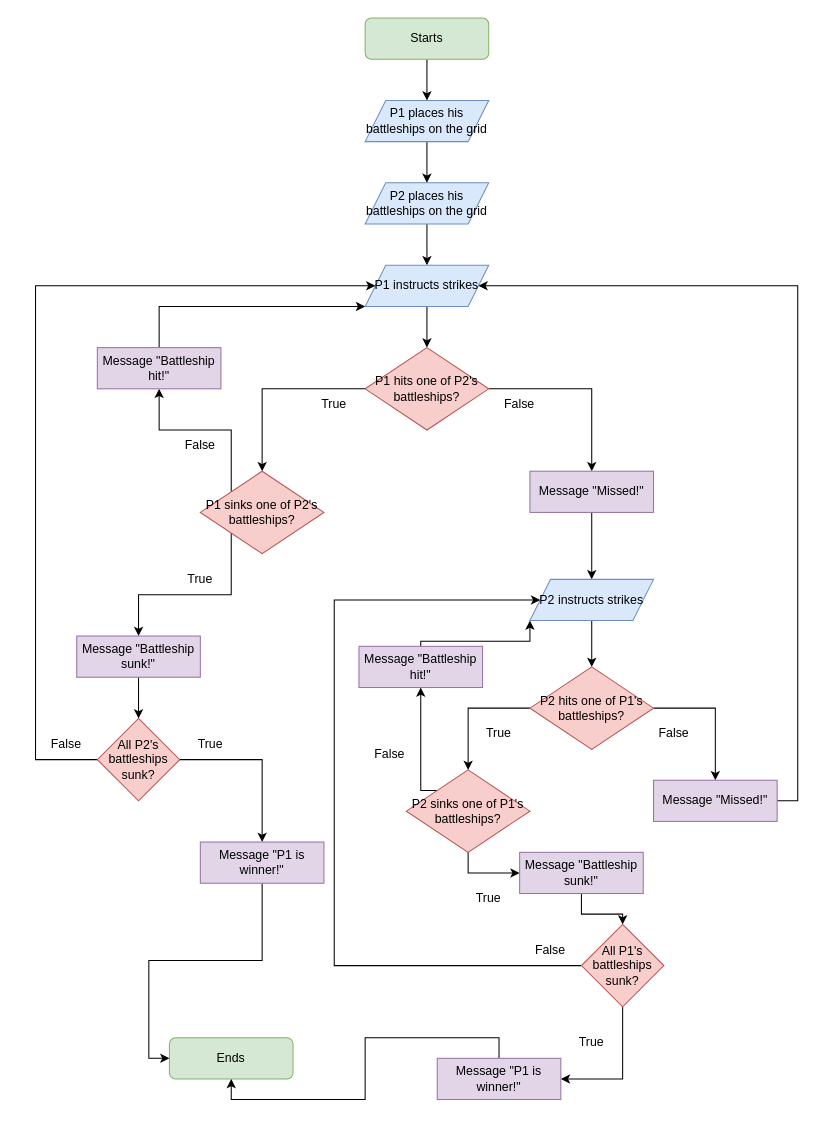
tinghaoK7727/Battleships_game keeps this draw.io diagram as Flowchart_battleships_game.drawio. Above is the earlier version. Source tidied: cells renumbered, new cells numbered last; positions are measured from the earlier drawing's top-left corner, leaving out a move shared by most shapes. Both pictures are drawn from the tidied source at 103%, with x=0, y=0 at pixel (35, 18).
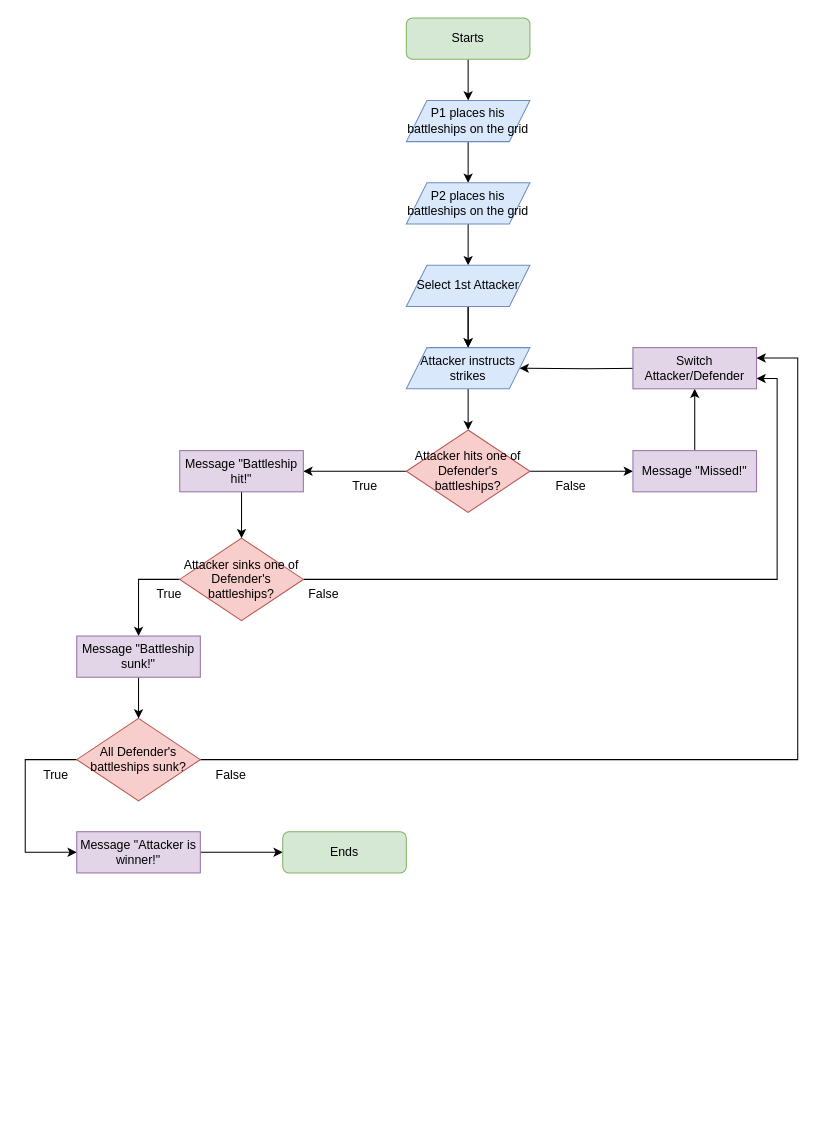
After the change.

The change refers to these unchanged cells:
```xml
<mxCell id="19" value="Message &quot;Battleship sunk!&quot;" style="rounded=0;whiteSpace=wrap;html=1;fillColor=#e1d5e7;strokeColor=#9673a6;" parent="1" vertex="1">
  <mxGeometry x="40" y="600" width="120" height="40" as="geometry" />
</mxCell>
```

What changed in the source:
```diff
@@
     <mxCell id="3" value="Starts" style="rounded=1;whiteSpace=wrap;html=1;fillColor=#d5e8d4;strokeColor=#82b366;" parent="1" vertex="1">
-      <mxGeometry x="320" width="120" height="40" as="geometry" />
+      <mxGeometry x="360" width="120" height="40" as="geometry" />
     </mxCell>
@@
     <mxCell id="5" value="P1 places his battleships on the grid" style="shape=parallelogram;perimeter=parallelogramPerimeter;whiteSpace=wrap;html=1;fixedSize=1;fillColor=#dae8fc;strokeColor=#6c8ebf;" parent="1" vertex="1">
-      <mxGeometry x="320" y="80" width="120" height="40" as="geometry" />
+      <mxGeometry x="360" y="80" width="120" height="40" as="geometry" />
     </mxCell>
-    <mxCell id="6" style="edgeStyle=orthogonalEdgeStyle;rounded=0;jettySize=auto;html=1;exitX=0.5;exitY=1;exitDx=0;exitDy=0;entryX=0.5;entryY=0;entryDx=0;entryDy=0;" parent="1" edge="1" source="7" target="9">
+    <mxCell id="6" style="edgeStyle=orthogonalEdgeStyle;rounded=0;jettySize=auto;html=1;entryX=0.5;entryY=0;entryDx=0;entryDy=0;startArrow=none;" parent="1" edge="1" source="62" target="9">
       <mxGeometry relative="1" as="geometry" />
     </mxCell>
+    <mxCell id="59" style="edgeStyle=orthogonalEdgeStyle;rounded=0;jettySize=auto;html=1;" parent="1" edge="1" source="7" target="62">
+      <mxGeometry relative="1" as="geometry" />
+    </mxCell>
     <mxCell id="7" value="P2 places his battleships on the grid" style="shape=parallelogram;perimeter=parallelogramPerimeter;whiteSpace=wrap;html=1;fixedSize=1;fillColor=#dae8fc;strokeColor=#6c8ebf;" parent="1" vertex="1">
-      <mxGeometry x="320" y="160" width="120" height="40" as="geometry" />
+      <mxGeometry x="360" y="160" width="120" height="40" as="geometry" />
     </mxCell>
-    <mxCell id="8" style="edgeStyle=orthogonalEdgeStyle;rounded=0;jettySize=auto;html=1;exitX=0.5;exitY=1;exitDx=0;exitDy=0;entryX=0.5;entryY=0;entryDx=0;entryDy=0;" parent="1" edge="1" source="9" target="12">
-      <mxGeometry relative="1" as="geometry" />
-    </mxCell>
+    <mxCell id="60" style="edgeStyle=orthogonalEdgeStyle;rounded=0;jettySize=auto;html=1;entryX=0.5;entryY=0;entryDx=0;entryDy=0;" parent="1" edge="1" source="9" target="65">
+      <mxGeometry relative="1" as="geometry" />
+    </mxCell>
-    <mxCell id="9" value="P1 instructs strikes" style="shape=parallelogram;perimeter=parallelogramPerimeter;whiteSpace=wrap;html=1;fixedSize=1;fillColor=#dae8fc;strokeColor=#6c8ebf;" parent="1" vertex="1">
-      <mxGeometry x="320" y="240" width="120" height="40" as="geometry" />
+    <mxCell id="9" value="Attacker instructs strikes" style="shape=parallelogram;perimeter=parallelogramPerimeter;whiteSpace=wrap;html=1;fixedSize=1;fillColor=#dae8fc;strokeColor=#6c8ebf;" parent="1" vertex="1">
+      <mxGeometry x="360" y="320" width="120" height="40" as="geometry" />
     </mxCell>
-    <mxCell id="10" style="edgeStyle=orthogonalEdgeStyle;rounded=0;jettySize=auto;html=1;exitX=0;exitY=0.5;exitDx=0;exitDy=0;" parent="1" edge="1" source="12" target="15">
-      <mxGeometry relative="1" as="geometry" />
-    </mxCell>
-    <mxCell id="11" style="edgeStyle=orthogonalEdgeStyle;rounded=0;jettySize=auto;html=1;exitX=1;exitY=0.5;exitDx=0;exitDy=0;entryX=0.5;entryY=0;entryDx=0;entryDy=0;" parent="1" edge="1" source="12" target="32">
-      <mxGeometry relative="1" as="geometry" />
-    </mxCell>
-    <mxCell id="12" value="P1 hits one of P2's battleships?" style="rhombus;whiteSpace=wrap;html=1;fillColor=#f8cecc;strokeColor=#b85450;" parent="1" vertex="1">
-      <mxGeometry x="320" y="320" width="120" height="80" as="geometry" />
-    </mxCell>
-    <mxCell id="13" style="edgeStyle=orthogonalEdgeStyle;rounded=0;jettySize=auto;html=1;exitX=0;exitY=1;exitDx=0;exitDy=0;entryX=0.5;entryY=0;entryDx=0;entryDy=0;" parent="1" edge="1" source="15" target="19">
-      <mxGeometry relative="1" as="geometry" />
-    </mxCell>
-    <mxCell id="14" style="edgeStyle=orthogonalEdgeStyle;rounded=0;jettySize=auto;html=1;exitX=0;exitY=0;exitDx=0;exitDy=0;entryX=0.5;entryY=1;entryDx=0;entryDy=0;" parent="1" edge="1" source="15" target="17">
-      <mxGeometry relative="1" as="geometry" />
-    </mxCell>
-    <mxCell id="15" value="P1 sinks one of P2's battleships?" style="rhombus;whiteSpace=wrap;html=1;fillColor=#f8cecc;strokeColor=#b85450;" parent="1" vertex="1">
-      <mxGeometry x="160" y="440" width="120" height="80" as="geometry" />
-    </mxCell>
-    <mxCell id="16" style="edgeStyle=orthogonalEdgeStyle;rounded=0;jettySize=auto;html=1;exitX=0.5;exitY=0;exitDx=0;exitDy=0;entryX=0;entryY=1;entryDx=0;entryDy=0;" parent="1" edge="1" source="17" target="9">
-      <mxGeometry relative="1" as="geometry">
-        <Array as="points">
-          <mxPoint x="120" y="280" />
-        </Array>
-      </mxGeometry>
-    </mxCell>
-    <mxCell id="17" value="Message &quot;Battleship hit!&quot;" style="rounded=0;whiteSpace=wrap;html=1;fillColor=#e1d5e7;strokeColor=#9673a6;" parent="1" vertex="1">
-      <mxGeometry x="60" y="320" width="120" height="40" as="geometry" />
-    </mxCell>
-    <mxCell id="18" style="edgeStyle=orthogonalEdgeStyle;rounded=0;jettySize=auto;html=1;exitX=0.5;exitY=1;exitDx=0;exitDy=0;entryX=0.5;entryY=0;entryDx=0;entryDy=0;" parent="1" edge="1" source="19" target="24">
-      <mxGeometry relative="1" as="geometry" />
-    </mxCell>
+    <mxCell id="61" style="edgeStyle=orthogonalEdgeStyle;rounded=0;jettySize=auto;html=1;" parent="1" edge="1" source="62" target="9">
+      <mxGeometry relative="1" as="geometry" />
+    </mxCell>
+    <mxCell id="62" value="Select 1st Attacker" style="shape=parallelogram;perimeter=parallelogramPerimeter;whiteSpace=wrap;html=1;fixedSize=1;fillColor=#dae8fc;strokeColor=#6c8ebf;" parent="1" vertex="1">
+      <mxGeometry x="360" y="240" width="120" height="40" as="geometry" />
+    </mxCell>
+    <mxCell id="63" style="edgeStyle=orthogonalEdgeStyle;rounded=0;jettySize=auto;html=1;exitX=0;exitY=0.5;exitDx=0;exitDy=0;entryX=1;entryY=0.5;entryDx=0;entryDy=0;" parent="1" edge="1" source="65" target="70">
+      <mxGeometry relative="1" as="geometry" />
+    </mxCell>
+    <mxCell id="64" style="edgeStyle=orthogonalEdgeStyle;rounded=0;jettySize=auto;html=1;exitX=1;exitY=0.5;exitDx=0;exitDy=0;entryX=0;entryY=0.5;entryDx=0;entryDy=0;" parent="1" edge="1" source="65" target="79">
+      <mxGeometry relative="1" as="geometry" />
+    </mxCell>
+    <mxCell id="65" value="Attacker hits one of Defender's battleships?" style="rhombus;whiteSpace=wrap;html=1;fillColor=#f8cecc;strokeColor=#b85450;" parent="1" vertex="1">
+      <mxGeometry x="360" y="400" width="120" height="80" as="geometry" />
+    </mxCell>
+    <mxCell id="66" style="edgeStyle=orthogonalEdgeStyle;rounded=0;jettySize=auto;html=1;entryX=0.5;entryY=0;entryDx=0;entryDy=0;" parent="1" edge="1" source="68">
+      <mxGeometry relative="1" as="geometry">
+        <mxPoint x="100" y="600" as="targetPoint" />
+        <Array as="points">
+          <mxPoint x="100" y="545" />
+        </Array>
+      </mxGeometry>
+    </mxCell>
+    <mxCell id="67" style="edgeStyle=orthogonalEdgeStyle;rounded=0;jettySize=auto;html=1;entryX=1;entryY=0.75;entryDx=0;entryDy=0;startArrow=none;exitX=1;exitY=0.5;exitDx=0;exitDy=0;" parent="1" edge="1" source="68" target="84">
+      <mxGeometry relative="1" as="geometry" />
+    </mxCell>
+    <mxCell id="68" value="Attacker sinks one of Defender's battleships?" style="rhombus;whiteSpace=wrap;html=1;fillColor=#f8cecc;strokeColor=#b85450;" parent="1" vertex="1">
+      <mxGeometry x="140" y="505" width="120" height="80" as="geometry" />
+    </mxCell>
+    <mxCell id="69" style="edgeStyle=orthogonalEdgeStyle;rounded=0;jettySize=auto;html=1;entryX=0.5;entryY=0;entryDx=0;entryDy=0;" parent="1" edge="1" source="70" target="68">
+      <mxGeometry relative="1" as="geometry" />
+    </mxCell>
+    <mxCell id="70" value="Message &quot;Battleship hit!&quot;" style="rounded=0;whiteSpace=wrap;html=1;fillColor=#e1d5e7;strokeColor=#9673a6;" parent="1" vertex="1">
+      <mxGeometry x="140" y="420" width="120" height="40" as="geometry" />
+    </mxCell>
+    <mxCell id="71" style="edgeStyle=orthogonalEdgeStyle;rounded=0;jettySize=auto;html=1;exitX=0.5;exitY=1;exitDx=0;exitDy=0;entryX=0.5;entryY=0;entryDx=0;entryDy=0;" parent="1" edge="1" source="19" target="75">
+      <mxGeometry relative="1" as="geometry" />
+    </mxCell>
@@
-    <mxCell id="20" value="True" style="text;html=1;strokeColor=none;fillColor=none;align=center;verticalAlign=middle;whiteSpace=wrap;rounded=0;" parent="1" vertex="1">
-      <mxGeometry x="260" y="360" width="60" height="30" as="geometry" />
-    </mxCell>
-    <mxCell id="21" value="True" style="text;html=1;strokeColor=none;fillColor=none;align=center;verticalAlign=middle;whiteSpace=wrap;rounded=0;" parent="1" vertex="1">
-      <mxGeometry x="130" y="530" width="60" height="30" as="geometry" />
-    </mxCell>
-    <mxCell id="22" style="edgeStyle=orthogonalEdgeStyle;rounded=0;jettySize=auto;html=1;entryX=0.5;entryY=0;entryDx=0;entryDy=0;" parent="1" edge="1" source="24" target="26">
-      <mxGeometry relative="1" as="geometry" />
-    </mxCell>
-    <mxCell id="23" style="edgeStyle=orthogonalEdgeStyle;rounded=0;jettySize=auto;html=1;exitX=0;exitY=0.5;exitDx=0;exitDy=0;entryX=0;entryY=0.5;entryDx=0;entryDy=0;" parent="1" edge="1" source="24" target="9">
-      <mxGeometry relative="1" as="geometry">
-        <Array as="points">
-          <mxPoint y="720" />
-          <mxPoint y="260" />
-        </Array>
-      </mxGeometry>
-    </mxCell>
-    <mxCell id="24" value="All P2's battleships sunk?" style="rhombus;whiteSpace=wrap;html=1;fillColor=#f8cecc;strokeColor=#b85450;" parent="1" vertex="1">
-      <mxGeometry x="60" y="680" width="80" height="80" as="geometry" />
-    </mxCell>
-    <mxCell id="25" style="edgeStyle=orthogonalEdgeStyle;rounded=0;jettySize=auto;html=1;exitX=0.5;exitY=1;exitDx=0;exitDy=0;entryX=0;entryY=0.5;entryDx=0;entryDy=0;" parent="1" edge="1" source="26" target="27">
-      <mxGeometry relative="1" as="geometry" />
-    </mxCell>
-    <mxCell id="26" value="Message &quot;P1 is winner!&quot;" style="rounded=0;whiteSpace=wrap;html=1;fillColor=#e1d5e7;strokeColor=#9673a6;" parent="1" vertex="1">
-      <mxGeometry x="160" y="800" width="120" height="40" as="geometry" />
-    </mxCell>
+    <mxCell id="72" value="True" style="text;html=1;strokeColor=none;fillColor=none;align=center;verticalAlign=middle;whiteSpace=wrap;rounded=0;" parent="1" vertex="1">
+      <mxGeometry x="290" y="440" width="60" height="30" as="geometry" />
+    </mxCell>
+    <mxCell id="73" style="edgeStyle=orthogonalEdgeStyle;rounded=0;jettySize=auto;html=1;exitX=0;exitY=0.5;exitDx=0;exitDy=0;entryX=0;entryY=0.5;entryDx=0;entryDy=0;" parent="1" edge="1" source="75" target="77">
+      <mxGeometry relative="1" as="geometry">
+        <Array as="points">
+          <mxPoint x="-10" y="720" />
+          <mxPoint x="-10" y="810" />
+        </Array>
+      </mxGeometry>
+    </mxCell>
+    <mxCell id="74" style="edgeStyle=orthogonalEdgeStyle;rounded=0;jettySize=auto;html=1;entryX=1;entryY=0.25;entryDx=0;entryDy=0;" parent="1" edge="1" source="75" target="84">
+      <mxGeometry relative="1" as="geometry">
+        <Array as="points">
+          <mxPoint x="740" y="720" />
+          <mxPoint x="740" y="330" />
+        </Array>
+      </mxGeometry>
+    </mxCell>
+    <mxCell id="75" value="All Defender's battleships sunk?" style="rhombus;whiteSpace=wrap;html=1;fillColor=#f8cecc;strokeColor=#b85450;" parent="1" vertex="1">
+      <mxGeometry x="40" y="680" width="120" height="80" as="geometry" />
+    </mxCell>
+    <mxCell id="76" style="edgeStyle=orthogonalEdgeStyle;rounded=0;jettySize=auto;html=1;" parent="1" edge="1" source="77" target="27">
+      <mxGeometry relative="1" as="geometry" />
+    </mxCell>
+    <mxCell id="77" value="Message &quot;Attacker is winner!&quot;" style="rounded=0;whiteSpace=wrap;html=1;fillColor=#e1d5e7;strokeColor=#9673a6;" parent="1" vertex="1">
+      <mxGeometry x="40" y="790" width="120" height="40" as="geometry" />
+    </mxCell>
     <mxCell id="27" value="Ends" style="rounded=1;whiteSpace=wrap;html=1;fillColor=#d5e8d4;strokeColor=#82b366;" parent="1" vertex="1">
-      <mxGeometry x="130" y="990" width="120" height="40" as="geometry" />
+      <mxGeometry x="240" y="790" width="120" height="40" as="geometry" />
     </mxCell>
-    <mxCell id="28" value="True" style="text;html=1;strokeColor=none;fillColor=none;align=center;verticalAlign=middle;whiteSpace=wrap;rounded=0;" parent="1" vertex="1">
-      <mxGeometry x="140" y="690" width="60" height="30" as="geometry" />
-    </mxCell>
-    <mxCell id="29" value="False" style="text;html=1;strokeColor=none;fillColor=none;align=center;verticalAlign=middle;whiteSpace=wrap;rounded=0;" parent="1" vertex="1">
-      <mxGeometry y="690" width="60" height="30" as="geometry" />
-    </mxCell>
-    <mxCell id="30" value="False" style="text;html=1;strokeColor=none;fillColor=none;align=center;verticalAlign=middle;whiteSpace=wrap;rounded=0;" parent="1" vertex="1">
-      <mxGeometry x="130" y="400" width="60" height="30" as="geometry" />
-    </mxCell>
-    <mxCell id="31" style="edgeStyle=orthogonalEdgeStyle;rounded=0;jettySize=auto;html=1;exitX=0.5;exitY=1;exitDx=0;exitDy=0;entryX=0.5;entryY=0;entryDx=0;entryDy=0;" parent="1" edge="1" source="32" target="35">
-      <mxGeometry relative="1" as="geometry" />
-    </mxCell>
-    <mxCell id="32" value="Message &quot;Missed!&quot;" style="rounded=0;whiteSpace=wrap;html=1;fillColor=#e1d5e7;strokeColor=#9673a6;" parent="1" vertex="1">
-      <mxGeometry x="480" y="440" width="120" height="40" as="geometry" />
-    </mxCell>
-    <mxCell id="33" value="False" style="text;html=1;strokeColor=none;fillColor=none;align=center;verticalAlign=middle;whiteSpace=wrap;rounded=0;" parent="1" vertex="1">
-      <mxGeometry x="440" y="360" width="60" height="30" as="geometry" />
-    </mxCell>
-    <mxCell id="34" style="edgeStyle=orthogonalEdgeStyle;rounded=0;jettySize=auto;html=1;exitX=0.5;exitY=1;exitDx=0;exitDy=0;entryX=0.5;entryY=0;entryDx=0;entryDy=0;" parent="1" edge="1" source="35" target="38">
-      <mxGeometry relative="1" as="geometry" />
-    </mxCell>
-    <mxCell id="35" value="P2 instructs strikes" style="shape=parallelogram;perimeter=parallelogramPerimeter;whiteSpace=wrap;html=1;fixedSize=1;fillColor=#dae8fc;strokeColor=#6c8ebf;" parent="1" vertex="1">
-      <mxGeometry x="480" y="545" width="120" height="40" as="geometry" />
-    </mxCell>
-    <mxCell id="36" style="edgeStyle=orthogonalEdgeStyle;rounded=0;jettySize=auto;html=1;exitX=0;exitY=0.5;exitDx=0;exitDy=0;entryX=0.5;entryY=0;entryDx=0;entryDy=0;" parent="1" edge="1" source="38" target="41">
-      <mxGeometry relative="1" as="geometry" />
-    </mxCell>
-    <mxCell id="37" style="edgeStyle=orthogonalEdgeStyle;rounded=0;jettySize=auto;html=1;exitX=1;exitY=0.5;exitDx=0;exitDy=0;entryX=0.5;entryY=0;entryDx=0;entryDy=0;" parent="1" edge="1" source="38" target="44">
-      <mxGeometry relative="1" as="geometry" />
-    </mxCell>
-    <mxCell id="38" value="P2 hits one of P1's battleships?" style="rhombus;whiteSpace=wrap;html=1;fillColor=#f8cecc;strokeColor=#b85450;" parent="1" vertex="1">
-      <mxGeometry x="480" y="630" width="120" height="80" as="geometry" />
-    </mxCell>
-    <mxCell id="39" style="edgeStyle=orthogonalEdgeStyle;rounded=0;jettySize=auto;html=1;exitX=0.5;exitY=1;exitDx=0;exitDy=0;entryX=0;entryY=0.5;entryDx=0;entryDy=0;" parent="1" edge="1" source="41" target="47">
-      <mxGeometry relative="1" as="geometry" />
-    </mxCell>
-    <mxCell id="40" style="edgeStyle=orthogonalEdgeStyle;rounded=0;jettySize=auto;html=1;exitX=0;exitY=0;exitDx=0;exitDy=0;entryX=0.5;entryY=1;entryDx=0;entryDy=0;" parent="1" edge="1" source="41" target="57">
-      <mxGeometry relative="1" as="geometry">
-        <Array as="points">
-          <mxPoint x="374" y="750" />
-        </Array>
-      </mxGeometry>
-    </mxCell>
-    <mxCell id="41" value="P2 sinks one of P1's battleships?" style="rhombus;whiteSpace=wrap;html=1;fillColor=#f8cecc;strokeColor=#b85450;" parent="1" vertex="1">
-      <mxGeometry x="360" y="730" width="120" height="80" as="geometry" />
-    </mxCell>
-    <mxCell id="42" value="True" style="text;html=1;strokeColor=none;fillColor=none;align=center;verticalAlign=middle;whiteSpace=wrap;rounded=0;" parent="1" vertex="1">
-      <mxGeometry x="420" y="680" width="60" height="30" as="geometry" />
-    </mxCell>
-    <mxCell id="43" style="edgeStyle=orthogonalEdgeStyle;rounded=0;jettySize=auto;html=1;exitX=1;exitY=0.5;exitDx=0;exitDy=0;entryX=1;entryY=0.5;entryDx=0;entryDy=0;" parent="1" edge="1" source="44" target="9">
-      <mxGeometry relative="1" as="geometry">
-        <Array as="points">
-          <mxPoint x="740" y="760" />
-          <mxPoint x="740" y="260" />
-        </Array>
-      </mxGeometry>
-    </mxCell>
-    <mxCell id="44" value="Message &quot;Missed!&quot;" style="rounded=0;whiteSpace=wrap;html=1;fillColor=#e1d5e7;strokeColor=#9673a6;" parent="1" vertex="1">
-      <mxGeometry x="600" y="740" width="120" height="40" as="geometry" />
-    </mxCell>
-    <mxCell id="45" value="False" style="text;html=1;strokeColor=none;fillColor=none;align=center;verticalAlign=middle;whiteSpace=wrap;rounded=0;" parent="1" vertex="1">
-      <mxGeometry x="590" y="680" width="60" height="30" as="geometry" />
-    </mxCell>
-    <mxCell id="46" style="edgeStyle=orthogonalEdgeStyle;rounded=0;jettySize=auto;html=1;exitX=0.5;exitY=1;exitDx=0;exitDy=0;" parent="1" edge="1" source="47" target="50">
-      <mxGeometry relative="1" as="geometry" />
-    </mxCell>
-    <mxCell id="47" value="Message &quot;Battleship sunk!&quot;" style="rounded=0;whiteSpace=wrap;html=1;fillColor=#e1d5e7;strokeColor=#9673a6;" parent="1" vertex="1">
-      <mxGeometry x="470" y="810" width="120" height="40" as="geometry" />
-    </mxCell>
-    <mxCell id="48" style="edgeStyle=orthogonalEdgeStyle;rounded=0;jettySize=auto;html=1;exitX=0.5;exitY=1;exitDx=0;exitDy=0;entryX=1;entryY=0.5;entryDx=0;entryDy=0;" parent="1" edge="1" source="50" target="52">
-      <mxGeometry relative="1" as="geometry" />
-    </mxCell>
-    <mxCell id="49" style="edgeStyle=orthogonalEdgeStyle;rounded=0;jettySize=auto;html=1;exitX=0;exitY=0.5;exitDx=0;exitDy=0;entryX=0;entryY=0.5;entryDx=0;entryDy=0;startArrow=none;" parent="1" edge="1" source="50" target="35">
-      <mxGeometry relative="1" as="geometry">
-        <Array as="points">
-          <mxPoint x="290" y="920" />
-          <mxPoint x="290" y="565" />
-        </Array>
-      </mxGeometry>
-    </mxCell>
-    <mxCell id="50" value="All P1's battleships sunk?" style="rhombus;whiteSpace=wrap;html=1;fillColor=#f8cecc;strokeColor=#b85450;" parent="1" vertex="1">
-      <mxGeometry x="530" y="880" width="80" height="80" as="geometry" />
-    </mxCell>
-    <mxCell id="51" style="edgeStyle=orthogonalEdgeStyle;rounded=0;jettySize=auto;html=1;exitX=0.5;exitY=0;exitDx=0;exitDy=0;entryX=0.5;entryY=1;entryDx=0;entryDy=0;" parent="1" edge="1" source="52" target="27">
-      <mxGeometry relative="1" as="geometry" />
-    </mxCell>
-    <mxCell id="52" value="Message &quot;P1 is winner!&quot;" style="rounded=0;whiteSpace=wrap;html=1;fillColor=#e1d5e7;strokeColor=#9673a6;" parent="1" vertex="1">
-      <mxGeometry x="390" y="1010" width="120" height="40" as="geometry" />
-    </mxCell>
-    <mxCell id="53" value="True" style="text;html=1;strokeColor=none;fillColor=none;align=center;verticalAlign=middle;whiteSpace=wrap;rounded=0;" parent="1" vertex="1">
-      <mxGeometry x="510" y="980" width="60" height="30" as="geometry" />
-    </mxCell>
-    <mxCell id="54" value="False" style="text;html=1;strokeColor=none;fillColor=none;align=center;verticalAlign=middle;whiteSpace=wrap;rounded=0;" parent="1" vertex="1">
-      <mxGeometry x="470" y="890" width="60" height="30" as="geometry" />
-    </mxCell>
-    <mxCell id="55" value="True" style="text;html=1;strokeColor=none;fillColor=none;align=center;verticalAlign=middle;whiteSpace=wrap;rounded=0;" parent="1" vertex="1">
-      <mxGeometry x="410" y="840" width="60" height="30" as="geometry" />
-    </mxCell>
-    <mxCell id="56" style="edgeStyle=orthogonalEdgeStyle;rounded=0;jettySize=auto;html=1;exitX=0.5;exitY=0;exitDx=0;exitDy=0;entryX=0;entryY=1;entryDx=0;entryDy=0;" parent="1" edge="1" source="57" target="35">
-      <mxGeometry relative="1" as="geometry">
-        <Array as="points">
-          <mxPoint x="374" y="605" />
-          <mxPoint x="480" y="605" />
-        </Array>
-      </mxGeometry>
-    </mxCell>
-    <mxCell id="57" value="Message &quot;Battleship hit!&quot;" style="rounded=0;whiteSpace=wrap;html=1;fillColor=#e1d5e7;strokeColor=#9673a6;" parent="1" vertex="1">
-      <mxGeometry x="314" y="610" width="120" height="40" as="geometry" />
-    </mxCell>
-    <mxCell id="58" value="False" style="text;html=1;strokeColor=none;fillColor=none;align=center;verticalAlign=middle;whiteSpace=wrap;rounded=0;" parent="1" vertex="1">
-      <mxGeometry x="314" y="700" width="60" height="30" as="geometry" />
-    </mxCell>
+    <mxCell id="78" style="edgeStyle=orthogonalEdgeStyle;rounded=0;jettySize=auto;html=1;entryX=0.5;entryY=1;entryDx=0;entryDy=0;" parent="1" edge="1" source="79" target="84">
+      <mxGeometry relative="1" as="geometry" />
+    </mxCell>
+    <mxCell id="79" value="Message &quot;Missed!&quot;" style="rounded=0;whiteSpace=wrap;html=1;fillColor=#e1d5e7;strokeColor=#9673a6;" parent="1" vertex="1">
+      <mxGeometry x="580" y="420" width="120" height="40" as="geometry" />
+    </mxCell>
+    <mxCell id="80" value="False" style="text;html=1;strokeColor=none;fillColor=none;align=center;verticalAlign=middle;whiteSpace=wrap;rounded=0;" parent="1" vertex="1">
+      <mxGeometry x="490" y="440" width="60" height="30" as="geometry" />
+    </mxCell>
+    <mxCell id="81" style="edgeStyle=orthogonalEdgeStyle;rounded=0;jettySize=auto;html=1;" parent="1" edge="1" target="9">
+      <mxGeometry relative="1" as="geometry">
+        <mxPoint x="590" y="340" as="sourcePoint" />
+      </mxGeometry>
+    </mxCell>
+    <mxCell id="82" value="True" style="text;html=1;strokeColor=none;fillColor=none;align=center;verticalAlign=middle;whiteSpace=wrap;rounded=0;" parent="1" vertex="1">
+      <mxGeometry x="100" y="545" width="60" height="30" as="geometry" />
+    </mxCell>
+    <mxCell id="83" value="True" style="text;html=1;strokeColor=none;fillColor=none;align=center;verticalAlign=middle;whiteSpace=wrap;rounded=0;" parent="1" vertex="1">
+      <mxGeometry x="-10" y="720" width="60" height="30" as="geometry" />
+    </mxCell>
+    <mxCell id="84" value="Switch Attacker/Defender" style="rounded=0;whiteSpace=wrap;html=1;fillColor=#e1d5e7;strokeColor=#9673a6;" parent="1" vertex="1">
+      <mxGeometry x="580" y="320" width="120" height="40" as="geometry" />
+    </mxCell>
+    <mxCell id="85" value="False" style="text;html=1;strokeColor=none;fillColor=none;align=center;verticalAlign=middle;whiteSpace=wrap;rounded=0;" parent="1" vertex="1">
+      <mxGeometry x="250" y="545" width="60" height="30" as="geometry" />
+    </mxCell>
+    <mxCell id="86" value="False" style="text;html=1;strokeColor=none;fillColor=none;align=center;verticalAlign=middle;whiteSpace=wrap;rounded=0;" parent="1" vertex="1">
+      <mxGeometry x="160" y="720" width="60" height="30" as="geometry" />
+    </mxCell>
```
